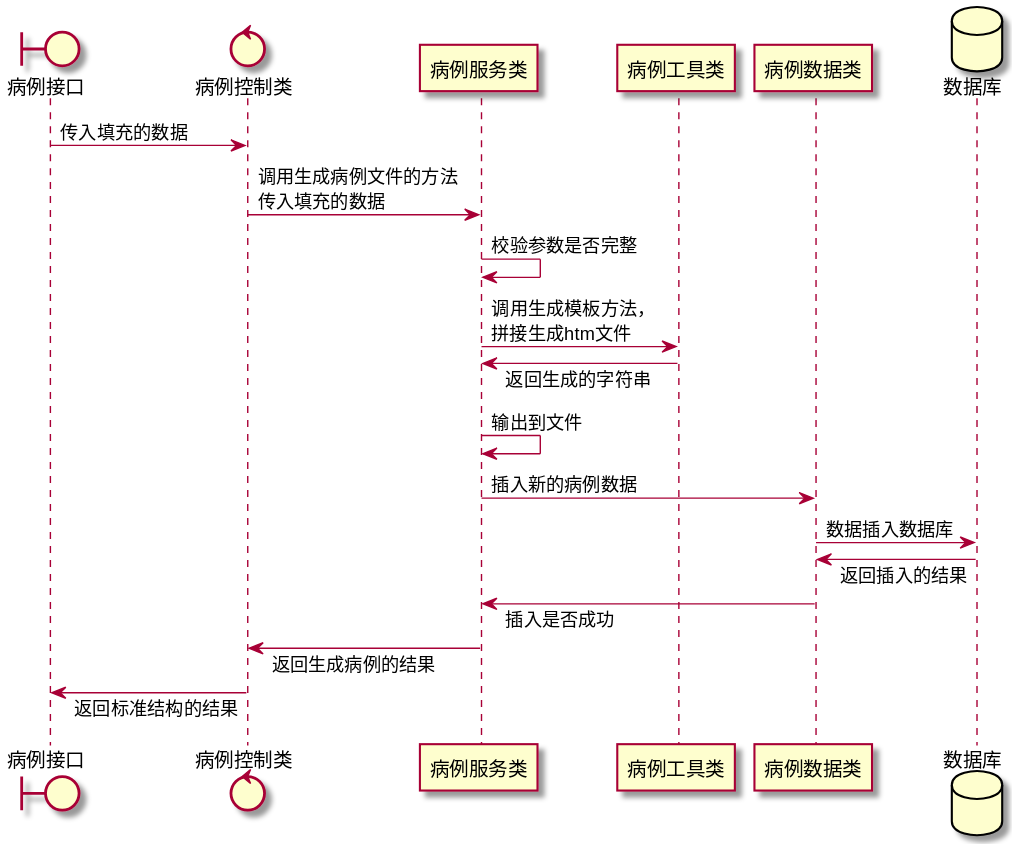
Above: demo_hospital_project/generate-medical-sequence.svg in TMSxH2O/tms_img (PlantUML), before the change.
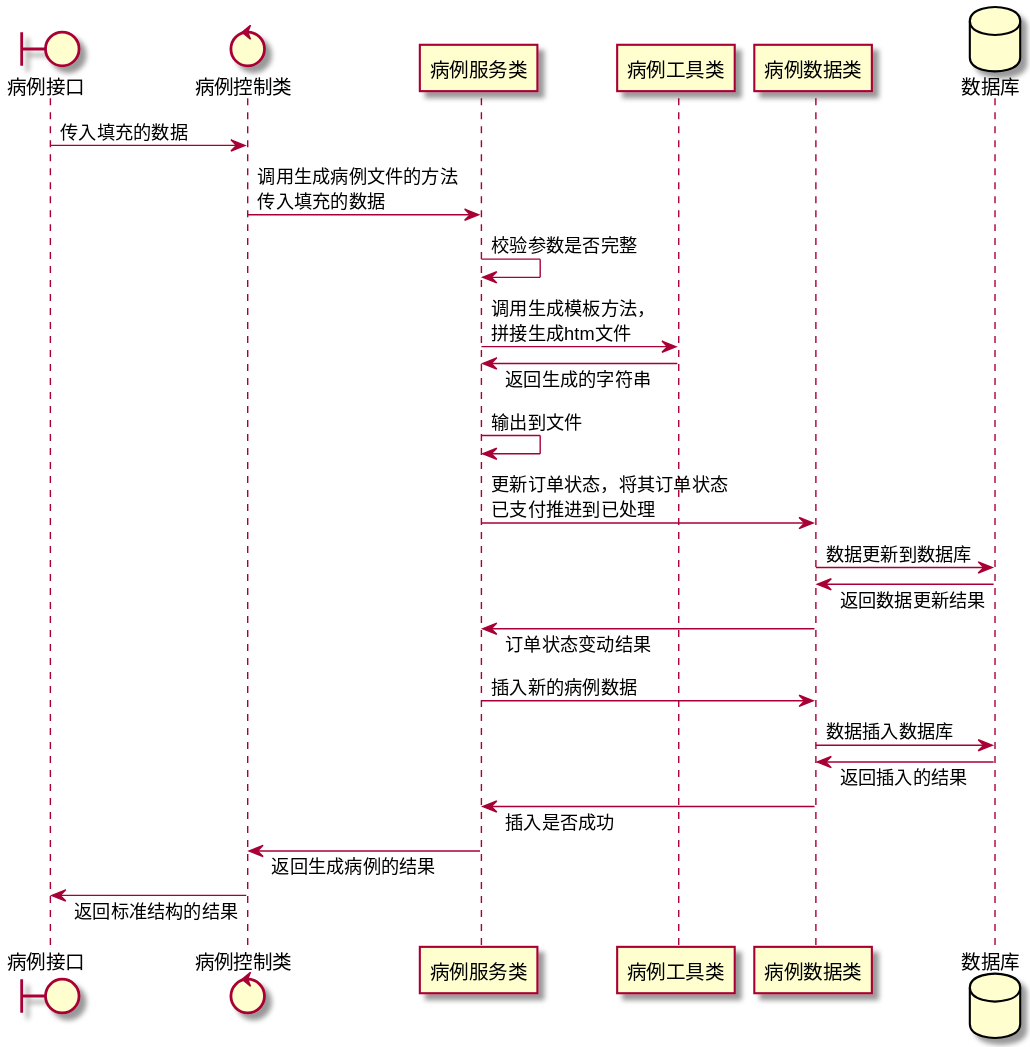
After the commit.

Commit message:
更新demo_hospital_project

What changed in the source:
```diff
@@ -13,6 +13,10 @@
 service -> helper : 调用生成模板方法，\n拼接生成htm文件
 helper -> service : 返回生成的字符串
 service -> service : 输出到文件
+service -> mapper : 更新订单状态，将其订单状态\n已支付推进到已处理
+mapper -> bd : 数据更新到数据库
+bd -> mapper : 返回数据更新结果
+mapper -> service : 订单状态变动结果
 service -> mapper : 插入新的病例数据
 mapper -> bd : 数据插入数据库
 bd -> mapper : 返回插入的结果
```
